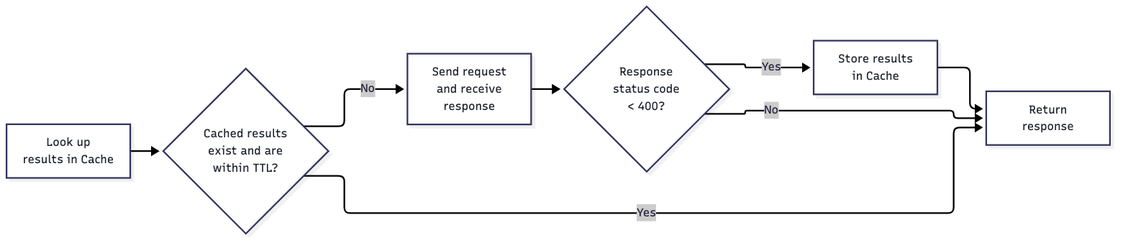
Above: docs/tex/include/fig-cache-flowchart-diagram.png in esaounkine/uop-thesis (Mermaid), before the change. Its source is kept beside it as docs/diagrams/fig-cache-flowchart-diagram.mmd.
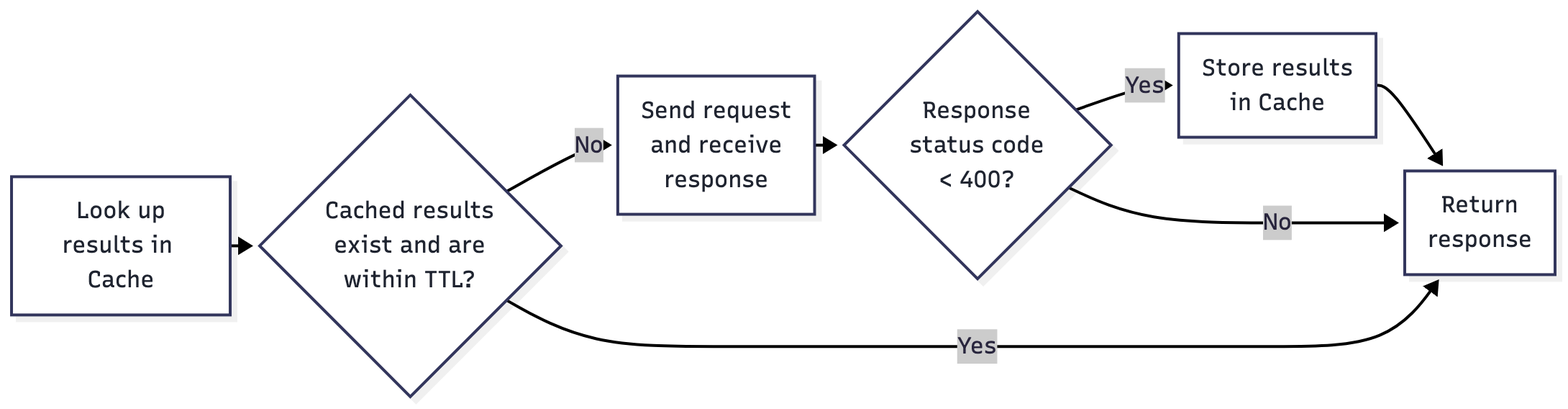
After the commit.

Change to the diagram source:
```diff
@@ -1,4 +1,4 @@
-%%{init: {"flowchart": {"rankSpacing": 20, "padding": 10}} }%%
+%%{init: {"layout": "dagre", "flowchart": {"rankSpacing": 20, "padding": 10}} }%%
 graph LR
   lookup["Look up<br/>results in Cache"] --> hit{"Cached results<br/>exist and are<br/>within TTL?"}
   hit -->|"No"| send["Send request<br/>and receive<br/>response"]
```
